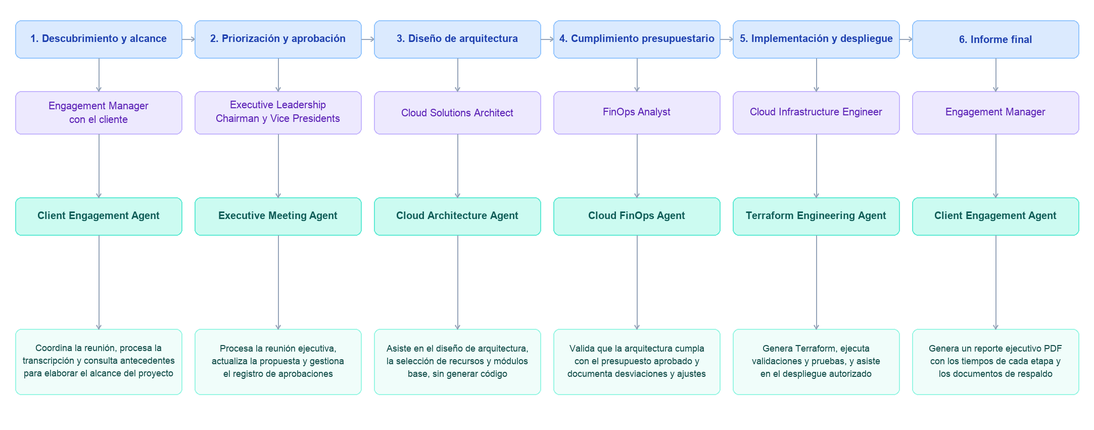
marcor0311/aws-cloud-consultant-agent keeps this Mermaid diagram as docs/process-flow.png. Above is the earlier version. Its source is kept beside it as docs/process-flow.mmd.
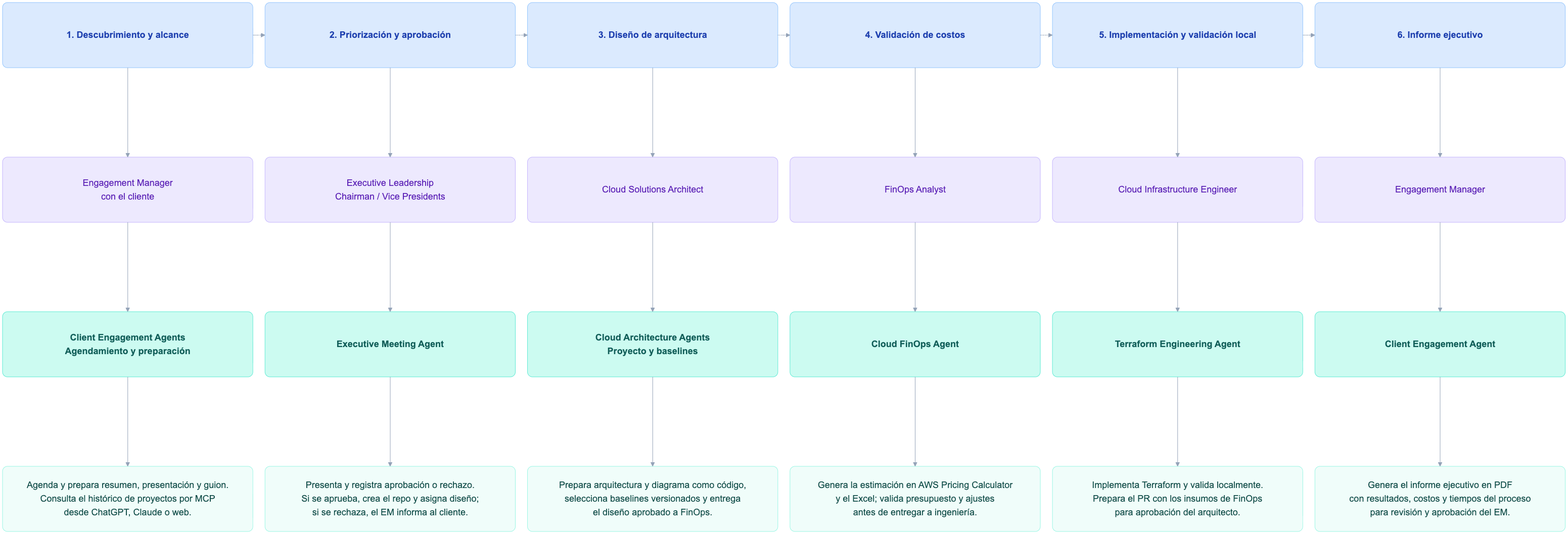
Later version of the same file.

Diff of the diagram source:
```diff
@@ -1,41 +1,41 @@
-%%{init: {"theme":"base","themeVariables":{"background":"#ffffff","fontFamily":"Arial, sans-serif","lineColor":"#94a3b8"}}}%%
+%%{init: {"theme": "base", "fontFamily": "Arial, sans-serif", "themeVariables": {"background": "#ffffff", "fontFamily": "Arial, sans-serif", "fontSize": "18px", "lineColor": "#94a3b8"}, "themeCSS": ".nodeLabel { font-family: Arial, sans-serif; } .label-container { rx: 10; ry: 10; } .P .nodeLabel, .A .nodeLabel { font-weight: 600; }", "block": {"padding": 24}}}%%
 block-beta
-    columns 11
-    P1["1. Descubrimiento y alcance"] space P2["2. Priorización y aprobación"] space P3["3. Diseño de arquitectura"] space P4["4. Cumplimiento presupuestario"] space P5["5. Implementación y despliegue"] space P6["6. Informe final"]
-    space:11
-    R1["Engagement Manager<br/>con el cliente"] space R2["Executive Leadership<br/>Chairman y Vice Presidents"] space R3["Cloud Solutions Architect"] space R4["FinOps Analyst"] space R5["Cloud Infrastructure Engineer"] space R6["Engagement Manager"]
-    space:11
-    A1["Client Engagement Agent"] space A2["Executive Meeting Agent"] space A3["Cloud Architecture Agent"] space A4["Cloud FinOps Agent"] space A5["Terraform Engineering Agent"] space A6["Client Engagement Agent"]
-    space:11
-    F1["Coordina la reunión, procesa la<br/>transcripción y consulta antecedentes<br/>para elaborar el alcance del proyecto"] space F2["Procesa la reunión ejecutiva,<br/>actualiza la propuesta y gestiona<br/>el registro de aprobaciones"] space F3["Asiste en el diseño de arquitectura,<br/>la selección de recursos y módulos<br/>base, sin generar código"] space F4["Valida que la arquitectura cumpla<br/>con el presupuesto aprobado y<br/>documenta desviaciones y ajustes"] space F5["Genera Terraform, ejecuta<br/>validaciones y pruebas, y asiste<br/>en el despliegue autorizado"] space F6["Genera un reporte ejecutivo PDF<br/>con los tiempos de cada etapa y<br/>los documentos de respaldo"]
+    columns 6
+    P1["1. Descubrimiento y alcance"] P2["2. Priorización y aprobación"] P3["3. Diseño de arquitectura"] P4["4. Validación de costos"] P5["5. Implementación y validación local"] P6["6. Informe ejecutivo"]
+    space:6
+    R1["Engagement Manager<br/>con el cliente"] R2["Executive Leadership<br/>Chairman / Vice Presidents"] R3["Cloud Solutions Architect"] R4["FinOps Analyst"] R5["Cloud Infrastructure Engineer"] R6["Engagement Manager"]
+    space:6
+    A1["Client Engagement Agents<br/>Agendamiento y preparación"] A2["Executive Meeting Agent"] A3["Cloud Architecture Agents<br/>Proyecto y baselines"] A4["Cloud FinOps Agent"] A5["Terraform Engineering Agent"] A6["Client Engagement Agent"]
+    space:6
+    F1["Agenda y prepara resumen, presentación y guion.<br/>Consulta el histórico de proyectos por MCP<br/>desde ChatGPT, Claude o web."] F2["Presenta y registra aprobación o rechazo.<br/>Si se aprueba, crea el repo y asigna diseño;<br/>si se rechaza, el EM informa al cliente."] F3["Prepara arquitectura y diagrama como código,<br/>selecciona baselines versionados y entrega<br/>el diseño aprobado a FinOps."] F4["Genera la estimación en AWS Pricing Calculator<br/>y el Excel; valida presupuesto y ajustes<br/>antes de entregar a ingeniería."] F5["Implementa Terraform y valida localmente.<br/>Prepara el PR con los insumos de FinOps<br/>para aprobación del arquitecto."] F6["Genera el informe ejecutivo en PDF<br/>con resultados, costos y tiempos del proceso<br/>para revisión y aprobación del EM."]
     P1 --> P2
+    P2 --> P3
+    P3 --> P4
+    P4 --> P5
+    P5 --> P6
     P1 --> R1
     R1 --> A1
     A1 --> F1
-    P2 --> P3
     P2 --> R2
     R2 --> A2
     A2 --> F2
-    P3 --> P4
     P3 --> R3
     R3 --> A3
     A3 --> F3
-    P4 --> P5
     P4 --> R4
     R4 --> A4
     A4 --> F4
-    P5 --> P6
     P5 --> R5
     R5 --> A5
     A5 --> F5
     P6 --> R6
     R6 --> A6
     A6 --> F6
-    classDef P fill:#dbeafe,stroke:#93c5fd,color:#1e40af;
-    class P1,P2,P3,P4,P5,P6 P;
-    classDef R fill:#ede9fe,stroke:#c4b5fd,color:#5b21b6;
-    class R1,R2,R3,R4,R5,R6 R;
-    classDef A fill:#ccfbf1,stroke:#5eead4,color:#115e59;
-    class A1,A2,A3,A4,A5,A6 A;
-    classDef F fill:#f0fdfa,stroke:#99f6e4,color:#134e4a;
-    class F1,F2,F3,F4,F5,F6 F;
+    classDef P fill:#dbeafe,stroke:#93c5fd,color:#1e40af
+    class P1,P2,P3,P4,P5,P6 P
+    classDef R fill:#ede9fe,stroke:#c4b5fd,color:#5b21b6
+    class R1,R2,R3,R4,R5,R6 R
+    classDef A fill:#ccfbf1,stroke:#5eead4,color:#115e59
+    class A1,A2,A3,A4,A5,A6 A
+    classDef F fill:#f0fdfa,stroke:#99f6e4,color:#134e4a
+    class F1,F2,F3,F4,F5,F6 F
```
